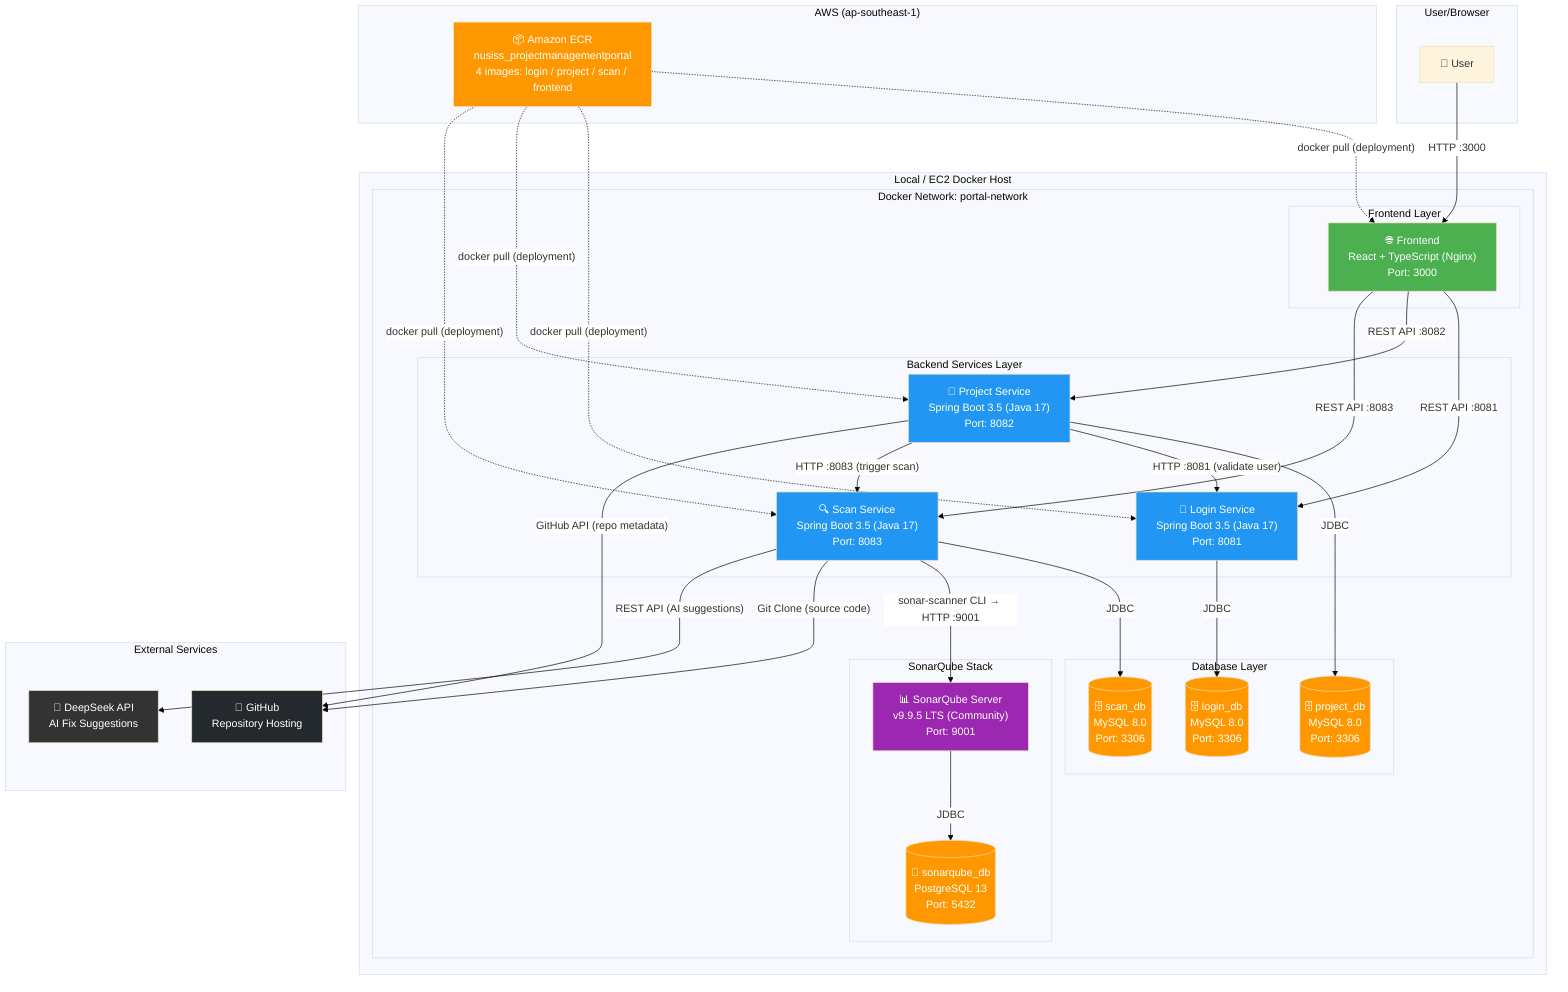
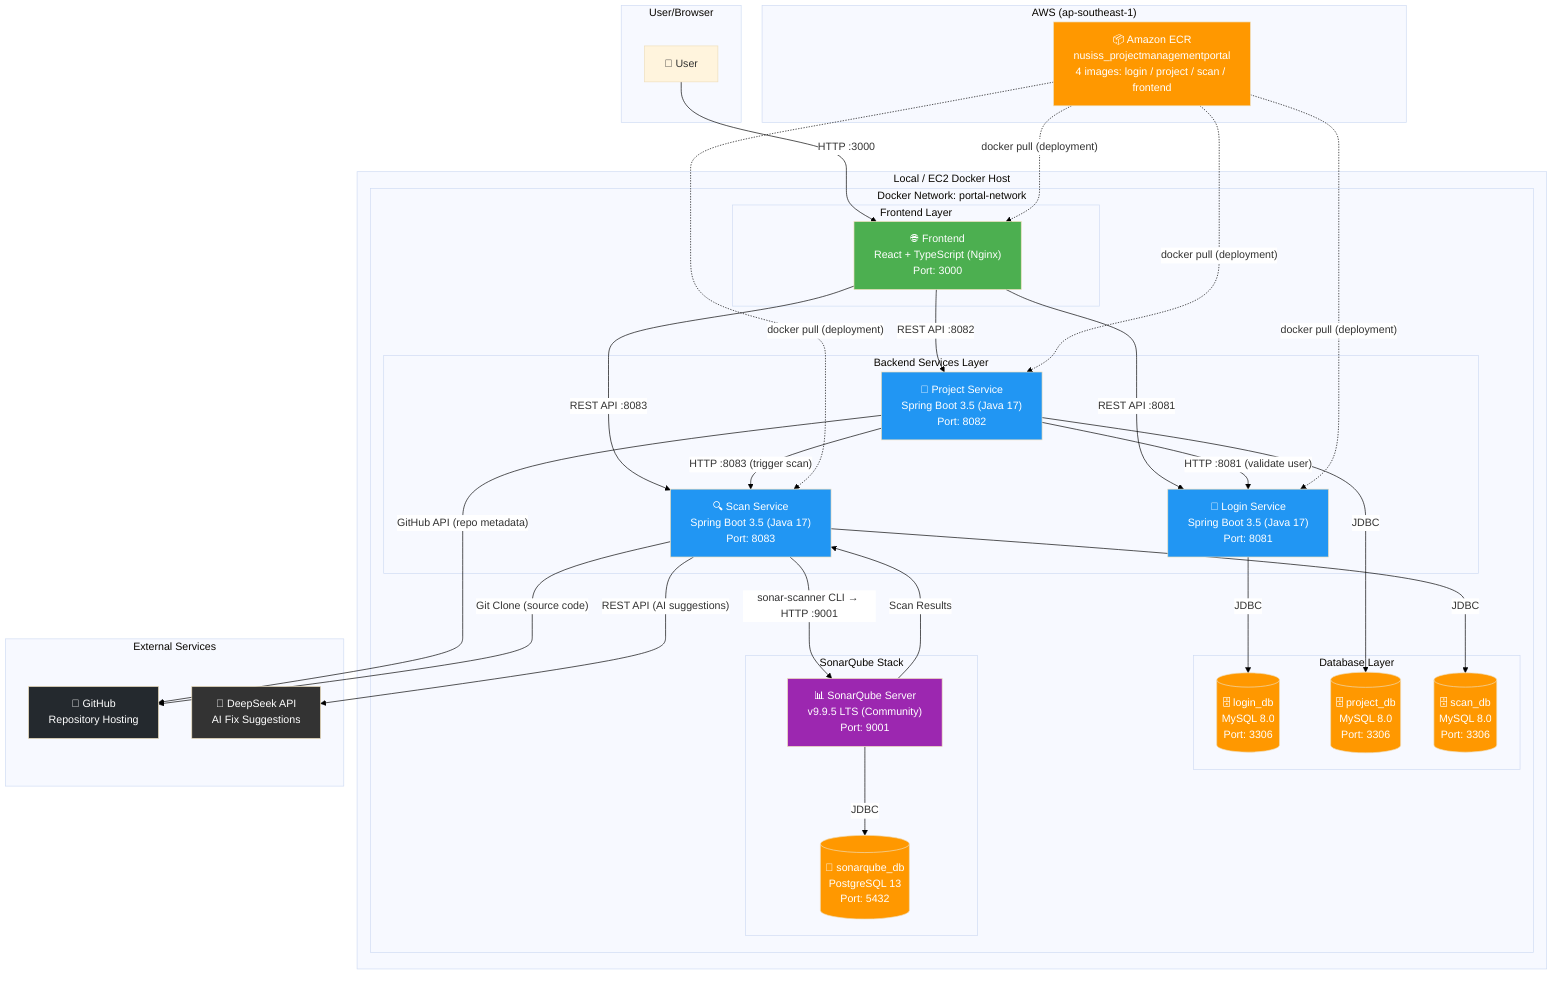
%%{init: {'theme': 'base', 'themeVariables': {'lineColor': '#000000', 'edgeLabelBackground': '#ffffff'}}}%%
graph TB
    subgraph "User/Browser"
        User[👤 User]
    end

    subgraph "Local / EC2 Docker Host"

        subgraph "Docker Network: portal-network"

            subgraph "Frontend Layer"
                FE["🌐 Frontend
React + TypeScript (Nginx)
Port: 3000"]
            end

            subgraph "Backend Services Layer"
                LS["🔐 Login Service
Spring Boot 3.5 (Java 17)
Port: 8081"]
                PS["📁 Project Service
Spring Boot 3.5 (Java 17)
Port: 8082"]
                SCS["🔍 Scan Service
Spring Boot 3.5 (Java 17)
Port: 8083"]
            end

            subgraph "Database Layer"
                LDB[("🗄️ login_db
MySQL 8.0
Port: 3306")]
                PDB[("🗄️ project_db
MySQL 8.0
Port: 3306")]
                SDB[("🗄️ scan_db
MySQL 8.0
Port: 3306")]
            end

            subgraph "SonarQube Stack"
                SQDB[("🐘 sonarqube_db
PostgreSQL 13
Port: 5432")]
                SQ["📊 SonarQube Server
v9.9.5 LTS (Community)
Port: 9001"]
            end

        end

    end

    subgraph "External Services"
        GH["🐙 GitHub
Repository Hosting"]
        DS["🤖 DeepSeek API
AI Fix Suggestions"]
    end

    subgraph "AWS (ap-southeast-1)"
        ECR["📦 Amazon ECR
nusiss_projectmanagementportal
4 images: login / project / scan / frontend"]
    end

    %% User to Frontend
    User -->|"HTTP :3000"| FE

    %% Frontend to Backend
    FE -->|"REST API :8081"| LS
    FE -->|"REST API :8082"| PS
    FE -->|"REST API :8083"| SCS

    %% Services to their own DBs
    LS -->|"JDBC"| LDB
    PS -->|"JDBC"| PDB
    SCS -->|"JDBC"| SDB

    %% Service-to-service
    PS -->|"HTTP :8081 (validate user)"| LS
    PS -->|"HTTP :8083 (trigger scan)"| SCS

    %% Scan Service to SonarQube
    SCS -->|"sonar-scanner CLI → HTTP :9001"| SQ
    SQ -->|"JDBC"| SQDB
+     SQ -->|"Scan Results"| SCS

    %% External integrations
    PS -->|"GitHub API (repo metadata)"| GH
    SCS -->|"Git Clone (source code)"| GH
    SCS -->|"REST API (AI suggestions)"| DS

    %% CI/CD pushes images to ECR
    ECR -.->|"docker pull (deployment)"| FE
    ECR -.->|"docker pull (deployment)"| LS
    ECR -.->|"docker pull (deployment)"| PS
    ECR -.->|"docker pull (deployment)"| SCS

    %% Styling
    style FE fill:#4CAF50,color:#fff
    style LS fill:#2196F3,color:#fff
    style PS fill:#2196F3,color:#fff
    style SCS fill:#2196F3,color:#fff
    style LDB fill:#FF9800,color:#fff
    style PDB fill:#FF9800,color:#fff
    style SDB fill:#FF9800,color:#fff
    style SQDB fill:#FF9800,color:#fff
    style SQ fill:#9C27B0,color:#fff
    style ECR fill:#FF9800,color:#fff
    style GH fill:#24292e,color:#fff
    style DS fill:#333,color:#fff
